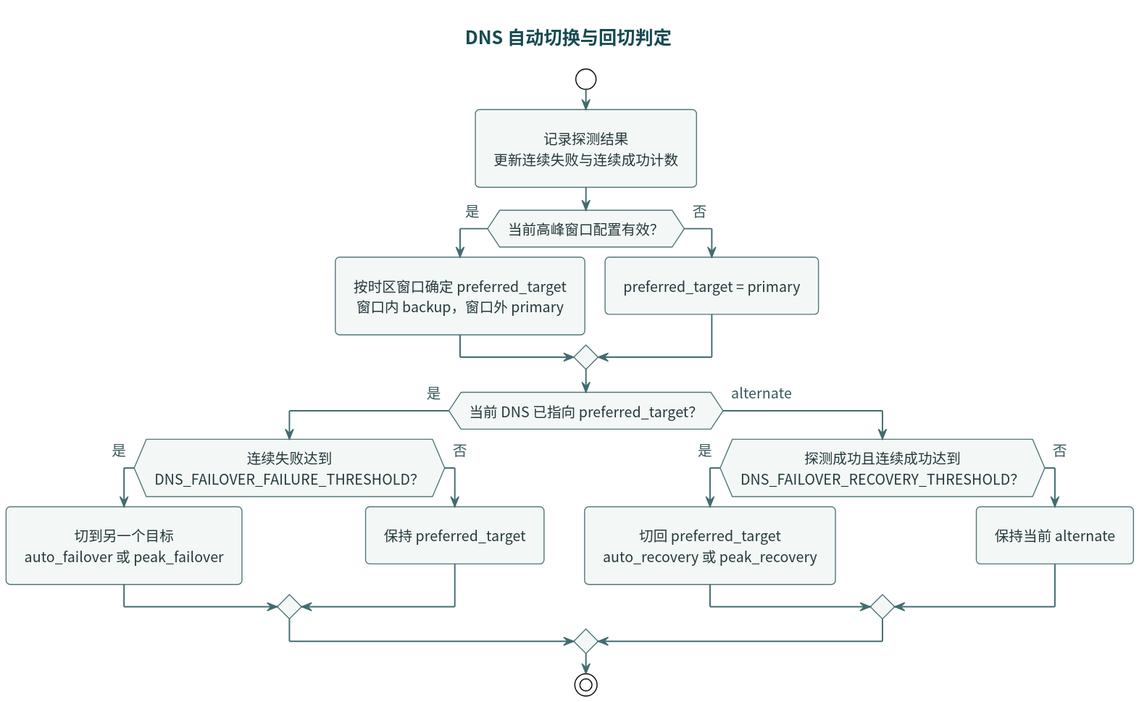
Above: docs/diagrams/dns-failover-decision.svg in i-zrhe2016/ai-routing-panel (PlantUML), before the change.
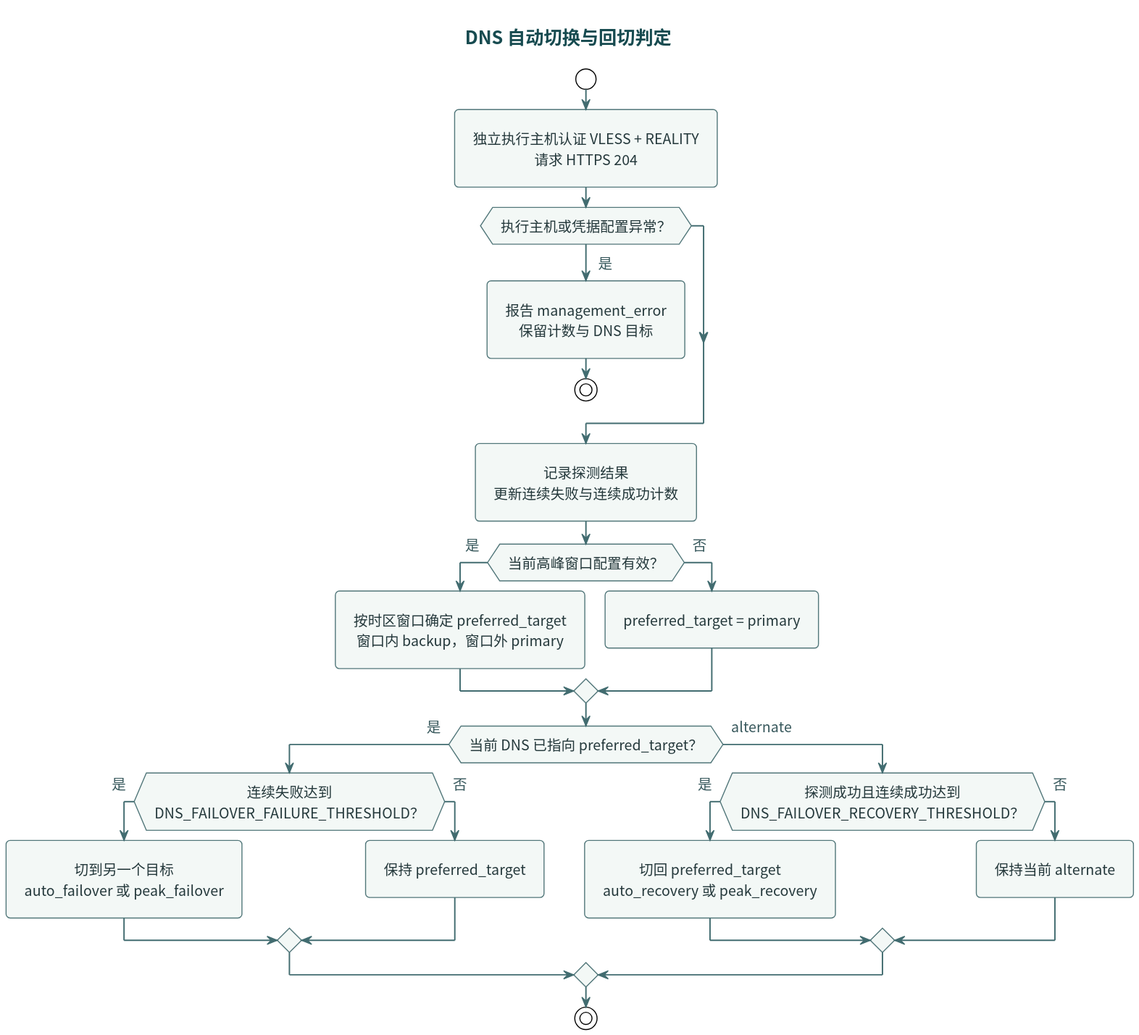
Later version of the same file.

What changed in the source:
```diff
@@ -2,6 +2,11 @@
 !include style.iuml
 title DNS 自动切换与回切判定
 start
+:独立执行主机认证 VLESS + REALITY\n请求 HTTPS 204;
+if (执行主机或凭据配置异常？) then (是)
+  :报告 management_error\n保留计数与 DNS 目标;
+  stop
+endif
 :记录探测结果\n更新连续失败与连续成功计数;
 if (当前高峰窗口配置有效？) then (是)
   :按时区窗口确定 preferred_target\n窗口内 backup，窗口外 primary;
```
